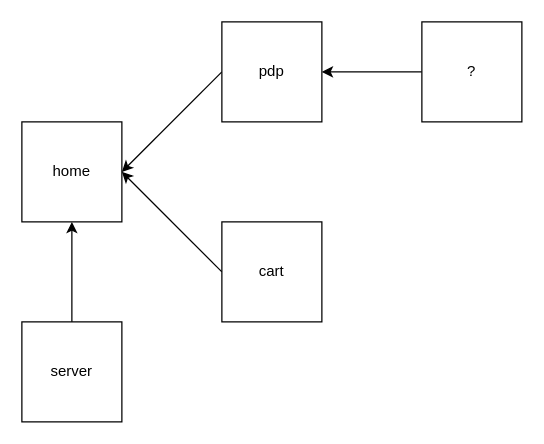
The draw.io diagram architecture.dio in LucasFrazier/mfe-mf-demo, before the edit. Source tidied: cells renumbered, new cells numbered last; positions are measured from the earlier drawing's top-left corner, leaving out a move shared by most shapes. Both pictures are drawn from the tidied source at 125%, with x=0, y=0 at pixel (21, 21).
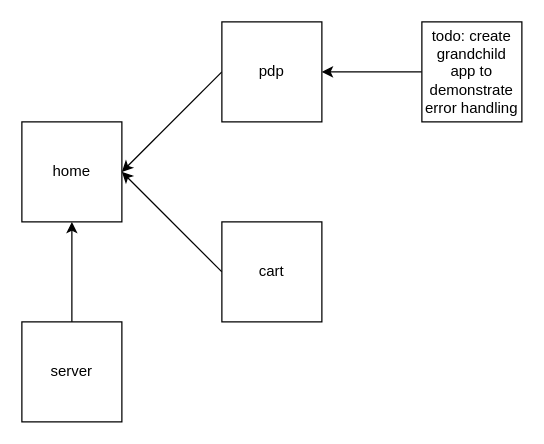
Above is the later version.

The edit, as a diff of the source:
```diff
@@
 <mxGraphModel>
   <root>
     <mxCell id="0" />
     <mxCell id="1" parent="0" />
     <mxCell id="2" value="home" style="whiteSpace=wrap;html=1;" parent="1" vertex="1">
       <mxGeometry y="80" width="80" height="80" as="geometry" />
     </mxCell>
     <mxCell id="3" style="edgeStyle=none;html=1;exitX=0;exitY=0.5;exitDx=0;exitDy=0;" parent="1" edge="1" source="4">
       <mxGeometry relative="1" as="geometry">
         <mxPoint x="80" y="120" as="targetPoint" />
       </mxGeometry>
     </mxCell>
     <mxCell id="4" value="cart" style="whiteSpace=wrap;html=1;" parent="1" vertex="1">
       <mxGeometry x="160" y="160" width="80" height="80" as="geometry" />
     </mxCell>
     <mxCell id="5" style="edgeStyle=none;html=1;exitX=0;exitY=0.5;exitDx=0;exitDy=0;entryX=1;entryY=0.5;entryDx=0;entryDy=0;" parent="1" edge="1" source="6" target="2">
       <mxGeometry relative="1" as="geometry" />
     </mxCell>
     <mxCell id="6" value="pdp" style="whiteSpace=wrap;html=1;" parent="1" vertex="1">
       <mxGeometry x="160" width="80" height="80" as="geometry" />
     </mxCell>
     <mxCell id="7" style="edgeStyle=none;html=1;exitX=0;exitY=0.5;exitDx=0;exitDy=0;entryX=1;entryY=0.5;entryDx=0;entryDy=0;" parent="1" edge="1" source="8" target="6">
       <mxGeometry relative="1" as="geometry" />
     </mxCell>
-    <mxCell id="8" value="?" style="whiteSpace=wrap;html=1;" parent="1" vertex="1">
+    <mxCell id="8" value="todo: create grandchild app to demonstrate error handling" style="whiteSpace=wrap;html=1;" parent="1" vertex="1">
       <mxGeometry x="320" width="80" height="80" as="geometry" />
     </mxCell>
     <mxCell id="9" style="edgeStyle=none;html=1;exitX=0.5;exitY=0;exitDx=0;exitDy=0;entryX=0.5;entryY=1;entryDx=0;entryDy=0;" parent="1" edge="1" source="10" target="2">
       <mxGeometry relative="1" as="geometry" />
     </mxCell>
     <mxCell id="10" value="server" style="whiteSpace=wrap;html=1;" parent="1" vertex="1">
       <mxGeometry y="240" width="80" height="80" as="geometry" />
     </mxCell>
   </root>
 </mxGraphModel>
```
